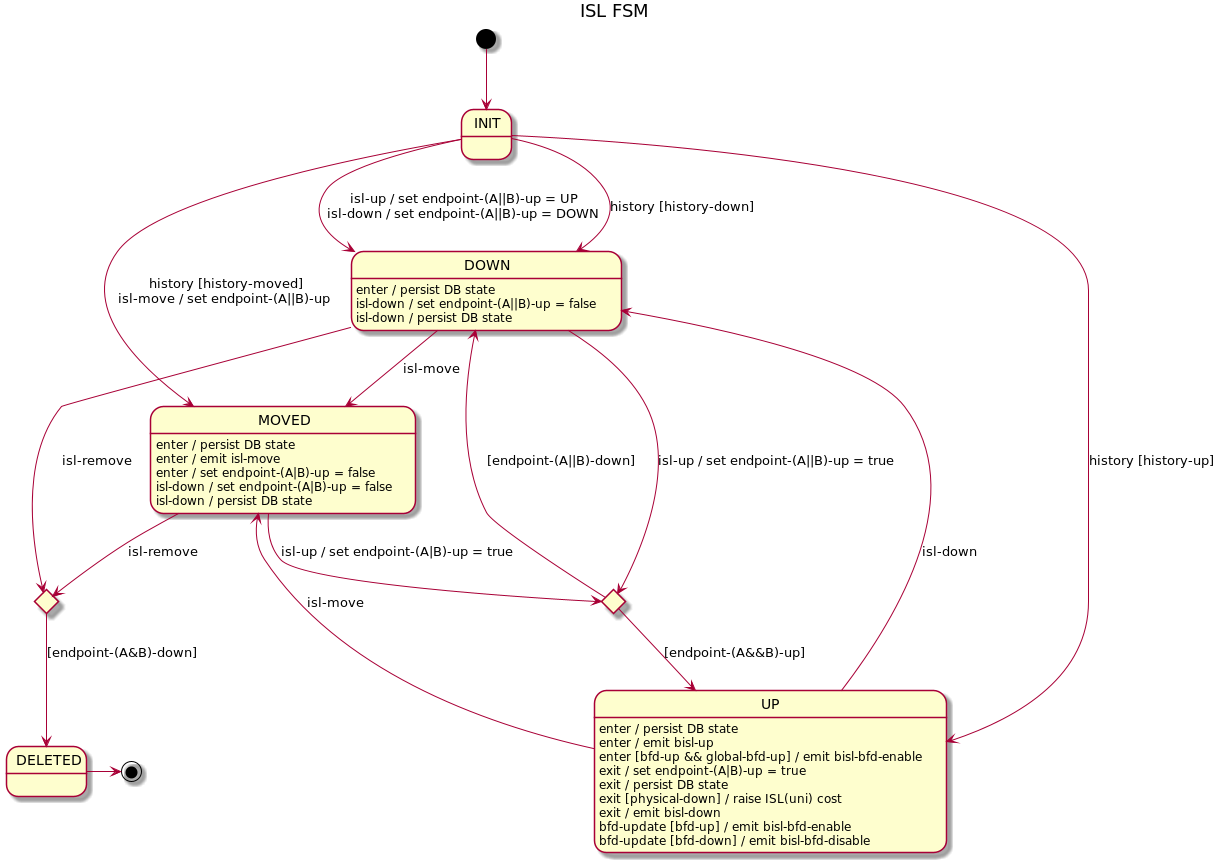
Before: docs/design/network-discovery/ISL-FSM.png, a diagram exported from PlantUML (telstra/open-kilda).
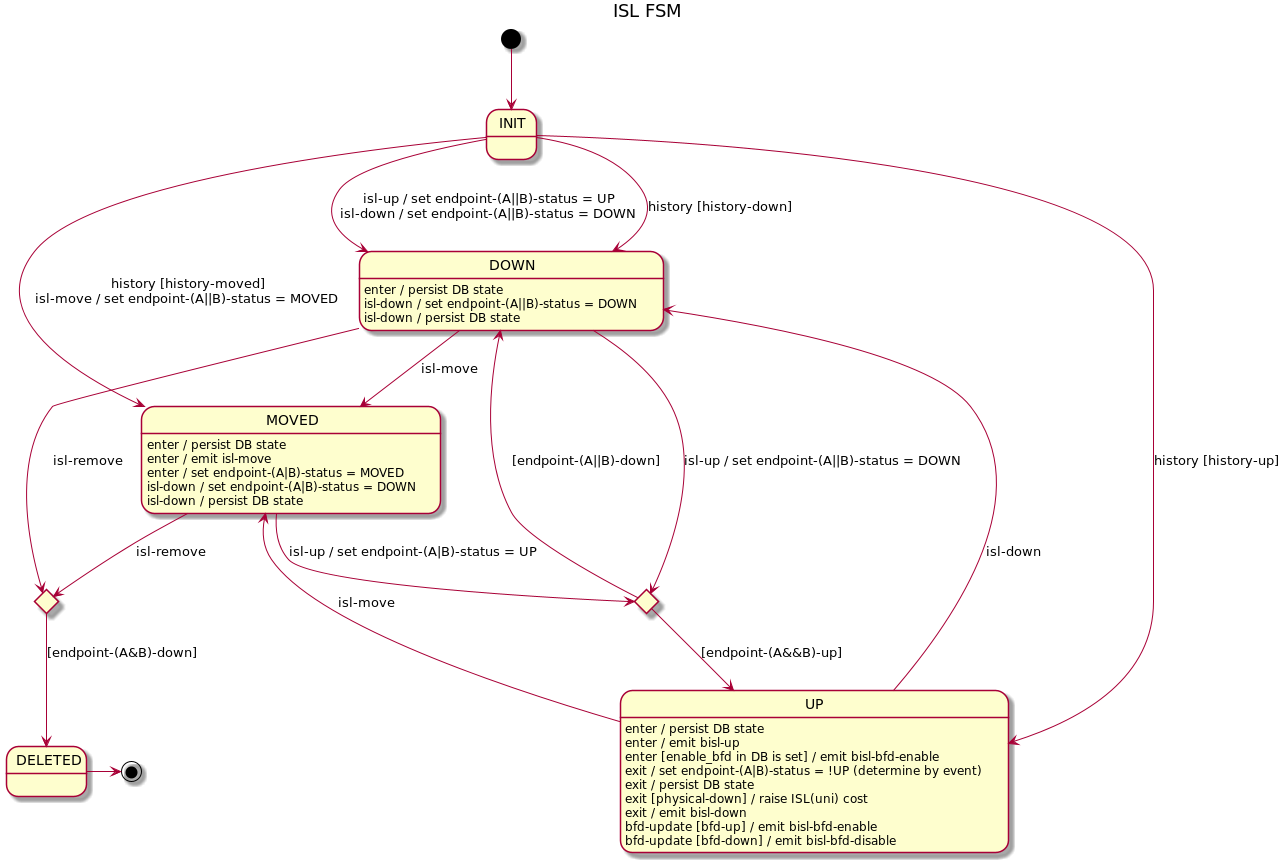
The same file after the commit.

What changed in the source:
```diff
@@ -3,19 +3,19 @@
 
 [*] --> INIT
 
-INIT --> DOWN : isl-up / set endpoint-(A||B)-up = UP\nisl-down / set endpoint-(A||B)-up = DOWN
+INIT --> DOWN : isl-up / set endpoint-(A||B)-status = UP\nisl-down / set endpoint-(A||B)-status = DOWN
 INIT --> DOWN : history [history-down]
 INIT --> UP : history [history-up]
-INIT --> MOVED : history [history-moved]\nisl-move / set endpoint-(A||B)-up
+INIT --> MOVED : history [history-moved]\nisl-move / set endpoint-(A||B)-status = MOVED
 
 state upAttempt <<choice>>
 state deleteAttempt <<choice>>
 deleteAttempt --> DELETED : [endpoint-(A&B)-down]
 
-DOWN --> upAttempt : isl-up / set endpoint-(A||B)-up = true
+DOWN --> upAttempt : isl-up / set endpoint-(A||B)-status = DOWN
 DOWN --> MOVED : isl-move
 DOWN : enter / persist DB state
-DOWN : isl-down / set endpoint-(A||B)-up = false
+DOWN : isl-down / set endpoint-(A||B)-status = DOWN
 DOWN : isl-down / persist DB state
 DOWN -> deleteAttempt : isl-remove
 
@@ -26,20 +26,20 @@
 UP --> MOVED : isl-move
 UP : enter / persist DB state
 UP : enter / emit bisl-up
-UP : enter [bfd-up && global-bfd-up] / emit bisl-bfd-enable
-UP : exit / set endpoint-(A|B)-up = true
+UP : enter [enable_bfd in DB is set] / emit bisl-bfd-enable
+UP : exit / set endpoint-(A|B)-status = !UP (determine by event)
 UP : exit / persist DB state
 UP : exit [physical-down] / raise ISL(uni) cost
 UP : exit / emit bisl-down
 UP : bfd-update [bfd-up] / emit bisl-bfd-enable
 UP : bfd-update [bfd-down] / emit bisl-bfd-disable
 
-MOVED --> upAttempt : isl-up / set endpoint-(A|B)-up = true
+MOVED --> upAttempt : isl-up / set endpoint-(A|B)-status = UP
 MOVED --> deleteAttempt : isl-remove
 MOVED : enter / persist DB state
 MOVED : enter / emit isl-move
-MOVED : enter / set endpoint-(A|B)-up = false
-MOVED : isl-down / set endpoint-(A|B)-up = false
+MOVED : enter / set endpoint-(A|B)-status = MOVED
+MOVED : isl-down / set endpoint-(A|B)-status = DOWN
 MOVED : isl-down / persist DB state
 
 DELETED -> [*]
```
